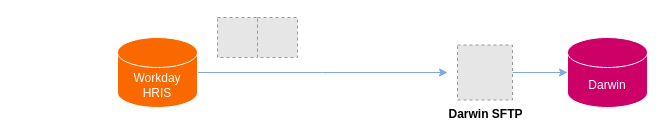
This is Hiscox Darwin Integration.drawio from sandyaroma/sandyaroma, a draw.io file, before an edit. Source tidied: cells renumbered, new cells numbered last; positions are measured from the earlier drawing's top-left corner, leaving out a move shared by most shapes. Both pictures are drawn from the tidied source at 100%, with x=0, y=0 at pixel (117, 17). Pictures stored in the file or linked from it are replaced by grey dashed boxes.
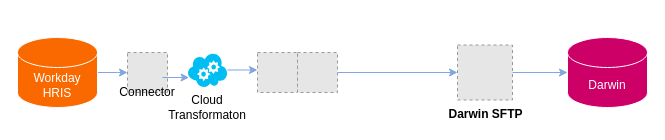
The same diagram, later.

Diff of the diagram source:
```diff
@@
 <mxGraphModel>
   <root>
     <mxCell id="0" />
     <mxCell id="1" parent="0" />
     <mxCell id="2" style="edgeStyle=orthogonalEdgeStyle;rounded=0;jettySize=auto;html=1;endArrow=classic;endFill=1;strokeColor=#7EA6E0;" parent="1" edge="1" source="3">
       <mxGeometry relative="1" as="geometry">
-        <mxPoint x="330" y="55" as="targetPoint" />
+        <mxPoint x="10" y="55" as="targetPoint" />
       </mxGeometry>
     </mxCell>
     <mxCell id="3" value="&lt;font color=&quot;#ffffff&quot;&gt;Workday HRIS&lt;/font&gt;" style="shape=cylinder3;whiteSpace=wrap;html=1;boundedLbl=1;backgroundOutline=1;size=15;fillColor=#fa6800;fontColor=#000000;strokeColor=#FFFFFF;" parent="1" vertex="1">
-      <mxGeometry y="20" width="80" height="70" as="geometry" />
+      <mxGeometry x="-100" y="20" width="80" height="70" as="geometry" />
     </mxCell>
     <mxCell id="4" value="&lt;font color=&quot;#ffffff&quot;&gt;Darwin&lt;/font&gt;" style="shape=cylinder3;whiteSpace=wrap;html=1;boundedLbl=1;backgroundOutline=1;size=15;fillColor=#CC0066;fontColor=#000000;strokeColor=#FFFFFF;" parent="1" vertex="1">
       <mxGeometry x="450" y="20" width="80" height="70" as="geometry" />
     </mxCell>
     <mxCell id="5" value="&lt;b&gt;Darwin SFTP&lt;/b&gt;" style="fillColor=#E6E6E6;strokeColor=#999999;dashed=1;html=1;verticalAlign=top;verticalLabelPosition=bottom;labelBackgroundColor=#ffffff;" parent="1" vertex="1">
       <mxGeometry x="340" y="27.5" width="55" height="55" as="geometry" />
     </mxCell>
     <mxCell id="6" style="fillColor=#E6E6E6;strokeColor=#999999;dashed=1;verticalLabelPosition=bottom;labelBackgroundColor=default;verticalAlign=top;" parent="1" vertex="1">
-      <mxGeometry x="100" width="40" height="40" as="geometry" />
+      <mxGeometry x="140" y="35" width="40" height="40" as="geometry" />
     </mxCell>
+    <mxCell id="9" style="edgeStyle=orthogonalEdgeStyle;rounded=0;jettySize=auto;html=1;entryX=0;entryY=0.5;entryDx=0;entryDy=0;strokeColor=#7EA6E0;align=center;verticalAlign=middle;fontFamily=Helvetica;fontSize=11;fontColor=default;labelBackgroundColor=default;endArrow=classic;endFill=1;" parent="1" edge="1" source="7" target="5">
+      <mxGeometry relative="1" as="geometry" />
+    </mxCell>
     <mxCell id="7" style="fillColor=#E6E6E6;strokeColor=#999999;dashed=1;verticalLabelPosition=bottom;labelBackgroundColor=default;verticalAlign=top;" parent="1" vertex="1">
-      <mxGeometry x="140" width="40" height="40" as="geometry" />
+      <mxGeometry x="180" y="35" width="40" height="40" as="geometry" />
     </mxCell>
     <mxCell id="8" style="edgeStyle=orthogonalEdgeStyle;rounded=0;jettySize=auto;html=1;entryX=0;entryY=0.5;entryDx=0;entryDy=0;entryPerimeter=0;strokeColor=#7EA6E0;align=center;verticalAlign=middle;fontFamily=Helvetica;fontSize=11;fontColor=default;labelBackgroundColor=default;endArrow=classic;endFill=1;" parent="1" edge="1" source="5" target="4">
       <mxGeometry relative="1" as="geometry" />
     </mxCell>
+    <mxCell id="10" style="edgeStyle=orthogonalEdgeStyle;rounded=0;jettySize=auto;html=1;strokeColor=#7EA6E0;align=center;verticalAlign=middle;fontFamily=Helvetica;fontSize=11;fontColor=default;labelBackgroundColor=default;endArrow=classic;endFill=1;" parent="1" edge="1" source="11">
+      <mxGeometry relative="1" as="geometry">
+        <mxPoint x="140" y="52.5" as="targetPoint" />
+      </mxGeometry>
+    </mxCell>
+    <mxCell id="11" style="verticalLabelPosition=bottom;html=1;verticalAlign=top;align=center;strokeColor=none;fillColor=#00BEF2;shape=mxgraph.azure.cloud_service;" parent="1" vertex="1">
+      <mxGeometry x="70" y="35" width="40" height="35" as="geometry" />
+    </mxCell>
+    <mxCell id="12" style="fillColor=#E6E6E6;strokeColor=#999999;dashed=1;html=1;verticalAlign=top;verticalLabelPosition=bottom;labelBackgroundColor=#ffffff;" parent="1" vertex="1">
+      <mxGeometry x="10" y="35" width="40" height="40" as="geometry" />
+    </mxCell>
+    <mxCell id="13" value="Connector" style="text;html=1;align=center;verticalAlign=middle;whiteSpace=wrap;rounded=0;" parent="1" vertex="1">
+      <mxGeometry y="60" width="60" height="30" as="geometry" />
+    </mxCell>
+    <mxCell id="14" value="Cloud Transformaton" style="text;html=1;align=center;verticalAlign=middle;whiteSpace=wrap;rounded=0;" parent="1" vertex="1">
+      <mxGeometry x="60" y="75" width="60" height="30" as="geometry" />
+    </mxCell>
+    <mxCell id="15" style="edgeStyle=orthogonalEdgeStyle;rounded=0;jettySize=auto;html=1;endArrow=classic;endFill=1;strokeColor=#7EA6E0;entryX=0.04;entryY=0.72;entryDx=0;entryDy=0;entryPerimeter=0;exitX=0.75;exitY=0;exitDx=0;exitDy=0;" parent="1" edge="1" source="13" target="11">
+      <mxGeometry relative="1" as="geometry" />
+    </mxCell>
   </root>
 </mxGraphModel>
```
